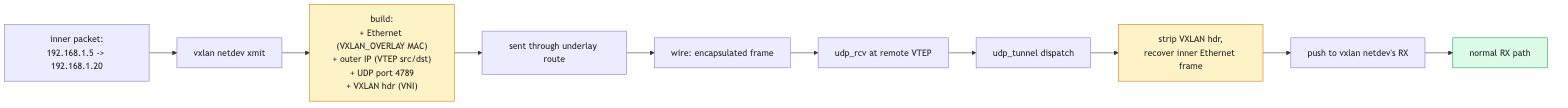
Earlier version of the Mermaid export linux-net/src/diagrams/day12_vxlan_flow.png (biefy/books). Its source is kept beside it as linux-net/src/diagrams/src/day12_vxlan_flow.mmd. Source of this version:
```mermaid
flowchart LR
    InnerSrc["inner packet:<br/>192.168.1.5 -> 192.168.1.20"]
    VxlanXmit["vxlan netdev xmit"]
    BuildOuter["build:<br/>+ Ethernet (VXLAN_OVERLAY MAC)<br/>+ outer IP (VTEP src/dst)<br/>+ UDP port 4789<br/>+ VXLAN hdr (VNI)"]
    SendOuter["sent through underlay route"]

    Wire["wire: encapsulated frame"]

    UdpRcv["udp_rcv at remote VTEP"]
    Disp["udp_tunnel dispatch"]
    Decap["strip VXLAN hdr,<br/>recover inner Ethernet frame"]
    InnerRx["push to vxlan netdev's RX"]
    Stack["normal RX path"]

    InnerSrc --> VxlanXmit --> BuildOuter --> SendOuter --> Wire
    Wire --> UdpRcv --> Disp --> Decap --> InnerRx --> Stack

    classDef encap fill:#fef3c7,stroke:#d97706
    classDef ok fill:#dcfce7,stroke:#16a34a
    class BuildOuter,Decap encap
    class Stack ok
```
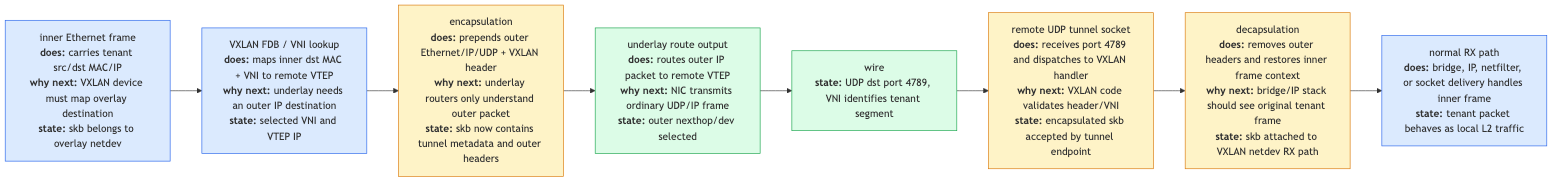
Above is the later version.

The edit, as a diff of the source:
```diff
@@ -1,21 +1,18 @@
 flowchart LR
-    InnerSrc["inner packet:<br/>192.168.1.5 -> 192.168.1.20"]
-    VxlanXmit["vxlan netdev xmit"]
-    BuildOuter["build:<br/>+ Ethernet (VXLAN_OVERLAY MAC)<br/>+ outer IP (VTEP src/dst)<br/>+ UDP port 4789<br/>+ VXLAN hdr (VNI)"]
-    SendOuter["sent through underlay route"]
+    Inner["inner Ethernet frame<br/><b>does:</b> carries tenant src/dst MAC/IP<br/><b>why next:</b> VXLAN device must map overlay destination<br/><b>state:</b> skb belongs to overlay netdev"]
+    FDB["VXLAN FDB / VNI lookup<br/><b>does:</b> maps inner dst MAC + VNI to remote VTEP<br/><b>why next:</b> underlay needs an outer IP destination<br/><b>state:</b> selected VNI and VTEP IP"]
+    Encap["encapsulation<br/><b>does:</b> prepends outer Ethernet/IP/UDP + VXLAN header<br/><b>why next:</b> underlay routers only understand outer packet<br/><b>state:</b> skb now contains tunnel metadata and outer headers"]
+    Underlay["underlay route output<br/><b>does:</b> routes outer IP packet to remote VTEP<br/><b>why next:</b> NIC transmits ordinary UDP/IP frame<br/><b>state:</b> outer nexthop/dev selected"]
+    Wire["wire<br/><b>state:</b> UDP dst port 4789, VNI identifies tenant segment"]
+    UDP["remote UDP tunnel socket<br/><b>does:</b> receives port 4789 and dispatches to VXLAN handler<br/><b>why next:</b> VXLAN code validates header/VNI<br/><b>state:</b> encapsulated skb accepted by tunnel endpoint"]
+    Decap["decapsulation<br/><b>does:</b> removes outer headers and restores inner frame context<br/><b>why next:</b> bridge/IP stack should see original tenant frame<br/><b>state:</b> skb attached to VXLAN netdev RX path"]
+    Stack["normal RX path<br/><b>does:</b> bridge, IP, netfilter, or socket delivery handles inner frame<br/><b>state:</b> tenant packet behaves as local L2 traffic"]
 
-    Wire["wire: encapsulated frame"]
+    Inner --> FDB --> Encap --> Underlay --> Wire --> UDP --> Decap --> Stack
 
-    UdpRcv["udp_rcv at remote VTEP"]
-    Disp["udp_tunnel dispatch"]
-    Decap["strip VXLAN hdr,<br/>recover inner Ethernet frame"]
-    InnerRx["push to vxlan netdev's RX"]
-    Stack["normal RX path"]
-
-    InnerSrc --> VxlanXmit --> BuildOuter --> SendOuter --> Wire
-    Wire --> UdpRcv --> Disp --> Decap --> InnerRx --> Stack
-
-    classDef encap fill:#fef3c7,stroke:#d97706
-    classDef ok fill:#dcfce7,stroke:#16a34a
-    class BuildOuter,Decap encap
-    class Stack ok
+    classDef overlay fill:#dbeafe,stroke:#2563eb
+    classDef tunnel fill:#fef3c7,stroke:#d97706
+    classDef underlay fill:#dcfce7,stroke:#16a34a
+    class Inner,FDB,Stack overlay
+    class Encap,UDP,Decap tunnel
+    class Underlay,Wire underlay
```
